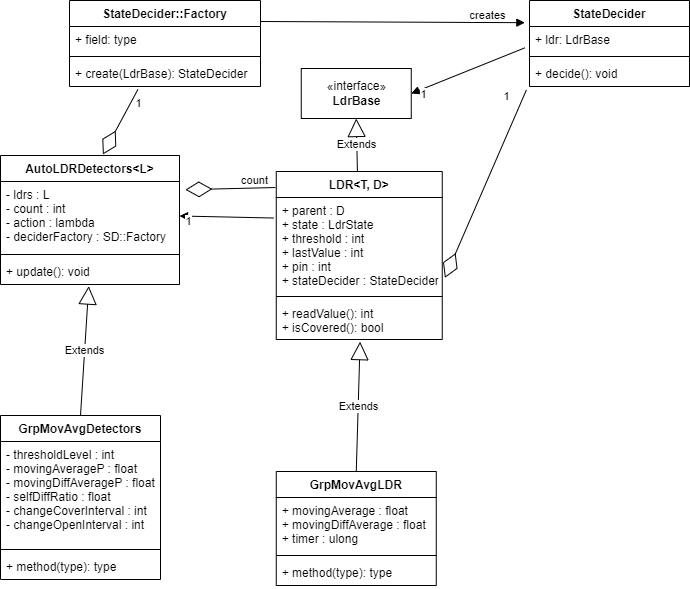
Above: docs/Classes.png in SvenRosvall/AutoLdrSpotDetector (draw.io), before the change. Source tidied: cells renumbered, new cells last; positions are measured from the earlier drawing's top-left corner, leaving out a move shared by most shapes.
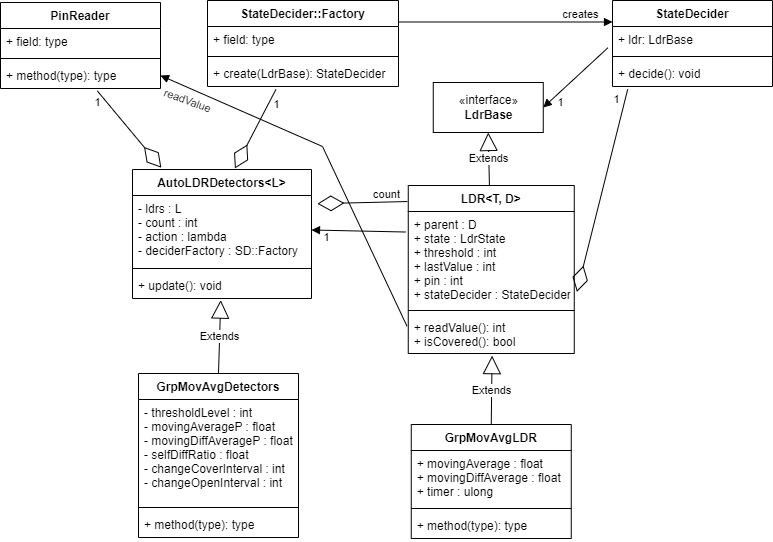
The same diagram one commit later.

Change to the diagram source:
```diff
@@ -3,7 +3,7 @@
     <mxCell id="0" />
     <mxCell id="1" parent="0" />
     <mxCell id="2" value="LDR&lt;T, D&gt;" style="swimlane;fontStyle=1;align=center;verticalAlign=top;horizontal=1;startSize=26;" parent="1" vertex="1">
-      <mxGeometry x="275.8" y="171" width="166" height="168" as="geometry" />
+      <mxGeometry x="324.8" y="185" width="166" height="168" as="geometry" />
     </mxCell>
     <mxCell id="3" value="+ parent : D&#10;+ state : LdrState&#10;+ threshold : int&#10;+ lastValue : int&#10;+ pin : int&#10;+ stateDecider : StateDecider" style="text;strokeColor=none;fillColor=none;align=left;verticalAlign=top;spacingLeft=4;spacingRight=4;overflow=hidden;points=[[0,0.5],[1,0.5]];portConstraint=eastwest;" parent="2" vertex="1">
       <mxGeometry y="26" width="166" height="95" as="geometry" />
@@ -15,7 +15,7 @@
       <mxGeometry y="129" width="166" height="39" as="geometry" />
     </mxCell>
     <mxCell id="6" value="AutoLDRDetectors&lt;L&gt;" style="swimlane;fontStyle=1;align=center;verticalAlign=top;horizontal=1;startSize=26;" parent="1" vertex="1">
-      <mxGeometry y="155" width="179" height="129" as="geometry" />
+      <mxGeometry x="49" y="169" width="179" height="129" as="geometry" />
     </mxCell>
     <mxCell id="7" value="- ldrs : L&#10;- count : int&#10;- action : lambda&#10;- deciderFactory : SD::Factory" style="text;strokeColor=none;fillColor=none;align=left;verticalAlign=top;spacingLeft=4;spacingRight=4;overflow=hidden;points=[[0,0.5],[1,0.5]];portConstraint=eastwest;" parent="6" vertex="1">
       <mxGeometry y="26" width="179" height="69" as="geometry" />
@@ -31,11 +31,11 @@
     </mxCell>
     <mxCell id="11" value="1" style="edgeLabel;html=1;align=center;verticalAlign=middle;" parent="10" vertex="1">
       <mxGeometry x="0.82" y="3" relative="1" as="geometry">
-        <mxPoint y="2" as="offset" />
+        <mxPoint x="6" y="4" as="offset" />
       </mxGeometry>
     </mxCell>
     <mxCell id="12" value="GrpMovAvgLDR" style="swimlane;fontStyle=1;align=center;verticalAlign=top;horizontal=1;startSize=26;" parent="1" vertex="1">
-      <mxGeometry x="275.8" y="471" width="160" height="114" as="geometry" />
+      <mxGeometry x="327.8" y="424" width="160" height="114" as="geometry" />
     </mxCell>
     <mxCell id="13" value="+ movingAverage : float&#10;+ movingDiffAverage : float&#10;+ timer : ulong" style="text;strokeColor=none;fillColor=none;align=left;verticalAlign=top;spacingLeft=4;spacingRight=4;overflow=hidden;" parent="12" vertex="1">
       <mxGeometry y="26" width="160" height="54" as="geometry" />
@@ -50,7 +50,7 @@
       <mxGeometry relative="1" as="geometry" />
     </mxCell>
     <mxCell id="17" value="GrpMovAvgDetectors" style="swimlane;fontStyle=1;align=center;verticalAlign=top;horizontal=1;startSize=26;" parent="1" vertex="1">
-      <mxGeometry y="415" width="160" height="164" as="geometry" />
+      <mxGeometry x="55" y="373" width="160" height="164" as="geometry" />
     </mxCell>
     <mxCell id="18" value="- thresholdLevel : int&#10;- movingAverageP : float&#10;- movingDiffAverageP : float&#10;- selfDiffRatio : float&#10;- changeCoverInterval : int&#10;- changeOpenInterval : int" style="text;strokeColor=none;fillColor=none;align=left;verticalAlign=top;spacingLeft=4;spacingRight=4;overflow=hidden;" parent="17" vertex="1">
       <mxGeometry y="26" width="160" height="104" as="geometry" />
@@ -73,7 +73,7 @@
       </mxGeometry>
     </mxCell>
     <mxCell id="24" value="«interface»&lt;br&gt;&lt;b&gt;LdrBase&lt;/b&gt;" style="html=1;" parent="1" vertex="1">
-      <mxGeometry x="300.8" y="68" width="110" height="50" as="geometry" />
+      <mxGeometry x="349.8" y="82" width="110" height="50" as="geometry" />
     </mxCell>
     <mxCell id="25" value="Extends" style="endArrow=block;endSize=16;endFill=0;html=1;rounded=0;entryX=0.5;entryY=1;entryDx=0;entryDy=0;" parent="1" edge="1" source="2" target="24">
       <mxGeometry relative="1" as="geometry" />
@@ -95,19 +95,19 @@
     </mxCell>
     <mxCell id="31" value="1" style="edgeLabel;html=1;align=center;verticalAlign=middle;" parent="30" vertex="1">
       <mxGeometry x="0.82" y="3" relative="1" as="geometry">
-        <mxPoint y="2" as="offset" />
+        <mxPoint x="9" y="-2" as="offset" />
       </mxGeometry>
     </mxCell>
-    <mxCell id="32" style="endArrow=diamondThin;endFill=0;endSize=24;html=1;rounded=0;entryX=1.016;entryY=0.846;entryDx=0;entryDy=0;entryPerimeter=0;exitX=-0.019;exitY=1.128;exitDx=0;exitDy=0;exitPerimeter=0;" parent="1" edge="1" source="29" target="3">
+    <mxCell id="32" style="endArrow=diamondThin;endFill=0;endSize=24;html=1;rounded=0;entryX=1.016;entryY=0.846;entryDx=0;entryDy=0;entryPerimeter=0;exitX=0.095;exitY=1.108;exitDx=0;exitDy=0;exitPerimeter=0;" parent="1" edge="1" source="29" target="3">
       <mxGeometry relative="1" as="geometry" />
     </mxCell>
     <mxCell id="33" value="1" style="edgeLabel;html=1;align=center;verticalAlign=middle;" parent="32" vertex="1">
       <mxGeometry x="-0.85" relative="1" as="geometry">
-        <mxPoint x="-14" y="-8" as="offset" />
+        <mxPoint x="-8" y="-6" as="offset" />
       </mxGeometry>
     </mxCell>
     <mxCell id="34" value="StateDecider::Factory" style="swimlane;fontStyle=1;align=center;verticalAlign=top;horizontal=1;startSize=26;" parent="1" vertex="1">
-      <mxGeometry x="69" width="191" height="86" as="geometry" />
+      <mxGeometry x="124" width="191" height="86" as="geometry" />
     </mxCell>
     <mxCell id="35" value="+ field: type" style="text;strokeColor=none;fillColor=none;align=left;verticalAlign=top;spacingLeft=4;spacingRight=4;overflow=hidden;" parent="34" vertex="1">
       <mxGeometry y="26" width="191" height="26" as="geometry" />
@@ -126,16 +126,45 @@
         <mxPoint x="3" y="8" as="offset" />
       </mxGeometry>
     </mxCell>
-    <mxCell id="40" style="endArrow=block;endFill=1;html=1;align=left;verticalAlign=top;rounded=0;entryX=-0.029;entryY=-0.128;entryDx=0;entryDy=0;exitX=1;exitY=0.25;exitDx=0;exitDy=0;entryPerimeter=0;" parent="1" edge="1">
-      <mxGeometry x="-1" relative="1" as="geometry">
-        <mxPoint x="260" y="21" as="sourcePoint" />
-        <mxPoint x="524.4" y="22.2" as="targetPoint" />
-      </mxGeometry>
+    <mxCell id="40" style="endArrow=block;endFill=1;html=1;align=left;verticalAlign=top;rounded=0;entryX=0;entryY=0.25;entryDx=0;entryDy=0;exitX=1;exitY=0.25;exitDx=0;exitDy=0;" parent="1" edge="1" source="34" target="26">
+      <mxGeometry x="-1" relative="1" as="geometry" />
     </mxCell>
     <mxCell id="41" value="creates" style="edgeLabel;html=1;align=center;verticalAlign=middle;" parent="40" vertex="1">
       <mxGeometry x="0.82" y="3" relative="1" as="geometry">
         <mxPoint x="-14" y="-5" as="offset" />
       </mxGeometry>
     </mxCell>
+    <mxCell id="42" value="PinReader" style="swimlane;fontStyle=1;align=center;verticalAlign=top;horizontal=1;startSize=26;" parent="1" vertex="1">
+      <mxGeometry x="-83" y="2" width="160" height="86" as="geometry" />
+    </mxCell>
+    <mxCell id="43" value="+ field: type" style="text;strokeColor=none;fillColor=none;align=left;verticalAlign=top;spacingLeft=4;spacingRight=4;overflow=hidden;" parent="42" vertex="1">
+      <mxGeometry y="26" width="160" height="26" as="geometry" />
+    </mxCell>
+    <mxCell id="44" style="line;strokeWidth=1;fillColor=none;align=left;verticalAlign=middle;spacingTop=-1;spacingLeft=3;spacingRight=3;labelPosition=right;strokeColor=inherit;" parent="42" vertex="1">
+      <mxGeometry y="52" width="160" height="8" as="geometry" />
+    </mxCell>
+    <mxCell id="45" value="+ method(type): type" style="text;strokeColor=none;fillColor=none;align=left;verticalAlign=top;spacingLeft=4;spacingRight=4;overflow=hidden;points=[[0,0.5],[1,0.5]];portConstraint=eastwest;" parent="42" vertex="1">
+      <mxGeometry y="60" width="160" height="26" as="geometry" />
+    </mxCell>
+    <mxCell id="46" style="endArrow=diamondThin;endFill=0;endSize=24;html=1;rounded=0;entryX=0.161;entryY=-0.014;entryDx=0;entryDy=0;entryPerimeter=0;exitX=0.605;exitY=1.092;exitDx=0;exitDy=0;exitPerimeter=0;" parent="1" edge="1" source="45" target="6">
+      <mxGeometry relative="1" as="geometry" />
+    </mxCell>
+    <mxCell id="47" value="1" style="edgeLabel;html=1;align=center;verticalAlign=middle;" parent="46" vertex="1">
+      <mxGeometry x="-0.85" relative="1" as="geometry">
+        <mxPoint x="-5" y="6" as="offset" />
+      </mxGeometry>
+    </mxCell>
+    <mxCell id="48" style="endArrow=block;endFill=1;html=1;align=left;verticalAlign=top;rounded=0;entryX=1;entryY=0.5;entryDx=0;entryDy=0;exitX=-0.008;exitY=0.297;exitDx=0;exitDy=0;exitPerimeter=0;" parent="1" edge="1" source="5" target="45">
+      <mxGeometry x="-1" relative="1" as="geometry">
+        <Array as="points">
+          <mxPoint x="239" y="146" />
+        </Array>
+      </mxGeometry>
+    </mxCell>
+    <mxCell id="49" value="readValue" style="edgeLabel;html=1;align=center;verticalAlign=middle;rotation=20;" parent="48" vertex="1">
+      <mxGeometry x="0.82" y="3" relative="1" as="geometry">
+        <mxPoint x="-4" y="8" as="offset" />
+      </mxGeometry>
+    </mxCell>
   </root>
 </mxGraphModel>
```
